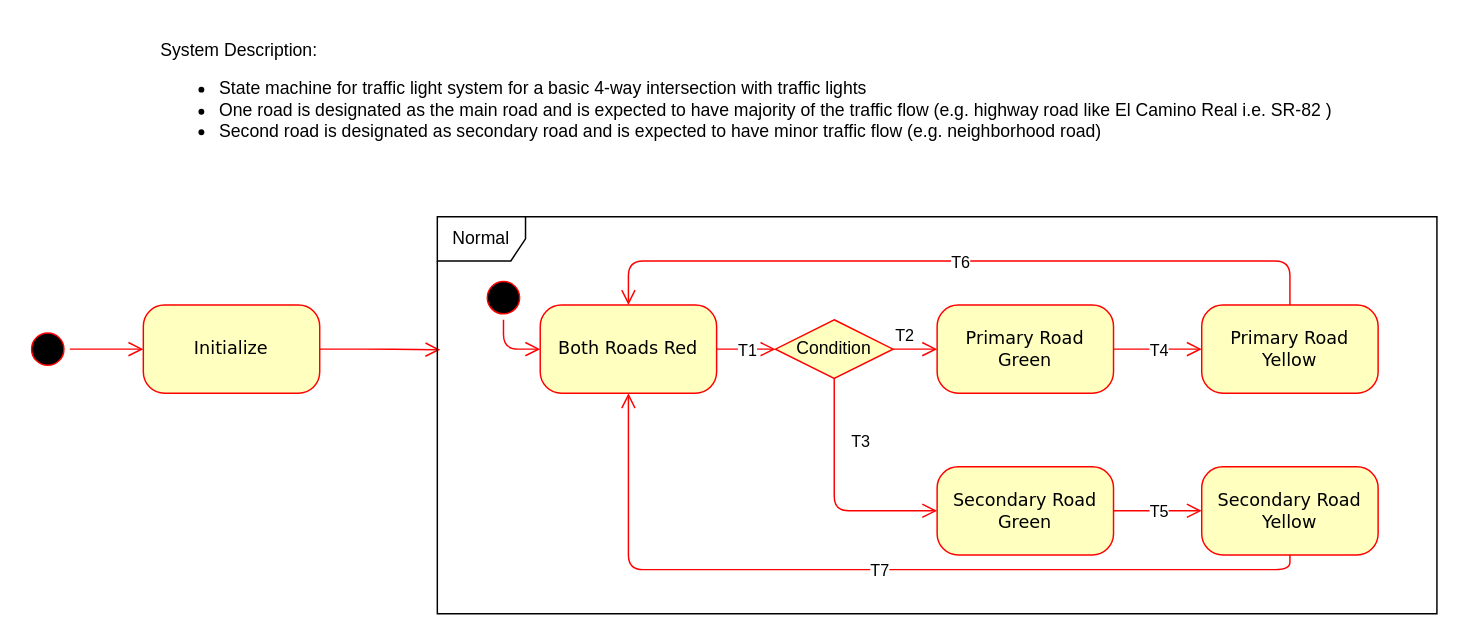
The draw.io diagram page "TrafficLight_v1.0.0" (2 of 2) of TrafficLight/Tiva_C_Launchpad/systemDesign/TrafficLightSystem.drawio in munadirahmed/embedded, before the edit. Source tidied: cells renumbered, new cells numbered last; positions are measured from the earlier drawing's top-left corner, leaving out a move shared by most shapes. Both pictures are drawn from the tidied source at 147%, with x=0, y=0 at pixel (25, 25).
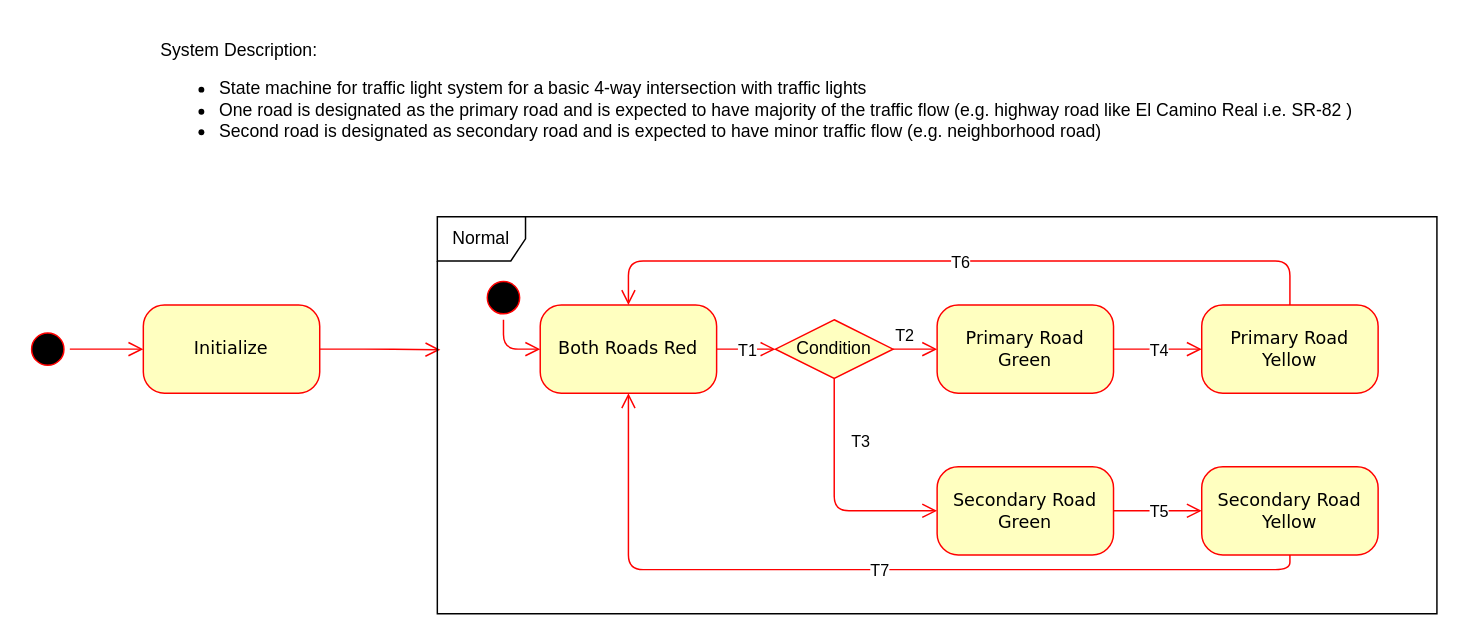
The same diagram, later.

Commit message (it also covers changes not shown here):
renamed main road to primary road to match code

What changed in the source:
```diff
@@
-    <mxCell id="6" value="System Description:&amp;nbsp;&lt;div&gt;&lt;ul&gt;&lt;li&gt;State machine for traffic light system for a basic 4-way intersection with traffic lights&lt;/li&gt;&lt;li&gt;One road is designated as the main road and is expected to have majority of the traffic flow (e.g. highway road like El Camino Real i.e. SR-82 )&lt;/li&gt;&lt;li&gt;Second road is designated as secondary road and is expected to have minor traffic flow (e.g. neighborhood road)&lt;/li&gt;&lt;/ul&gt;&lt;/div&gt;" style="text;html=1;align=left;verticalAlign=middle;whiteSpace=wrap;rounded=0;" parent="1" vertex="1">
-      <mxGeometry x="90" width="800" height="100" as="geometry" />
+    <mxCell id="6" value="System Description:&amp;nbsp;&lt;div&gt;&lt;ul&gt;&lt;li&gt;State machine for traffic light system for a basic 4-way intersection with traffic lights&lt;/li&gt;&lt;li&gt;One road is designated as the primary road and is expected to have majority of the traffic flow (e.g. highway road like El Camino Real i.e. SR-82 )&lt;/li&gt;&lt;li&gt;Second road is designated as secondary road and is expected to have minor traffic flow (e.g. neighborhood road)&lt;/li&gt;&lt;/ul&gt;&lt;/div&gt;" style="text;html=1;align=left;verticalAlign=middle;whiteSpace=wrap;rounded=0;" parent="1" vertex="1">
+      <mxGeometry x="90" width="840" height="100" as="geometry" />
     </mxCell>
```
